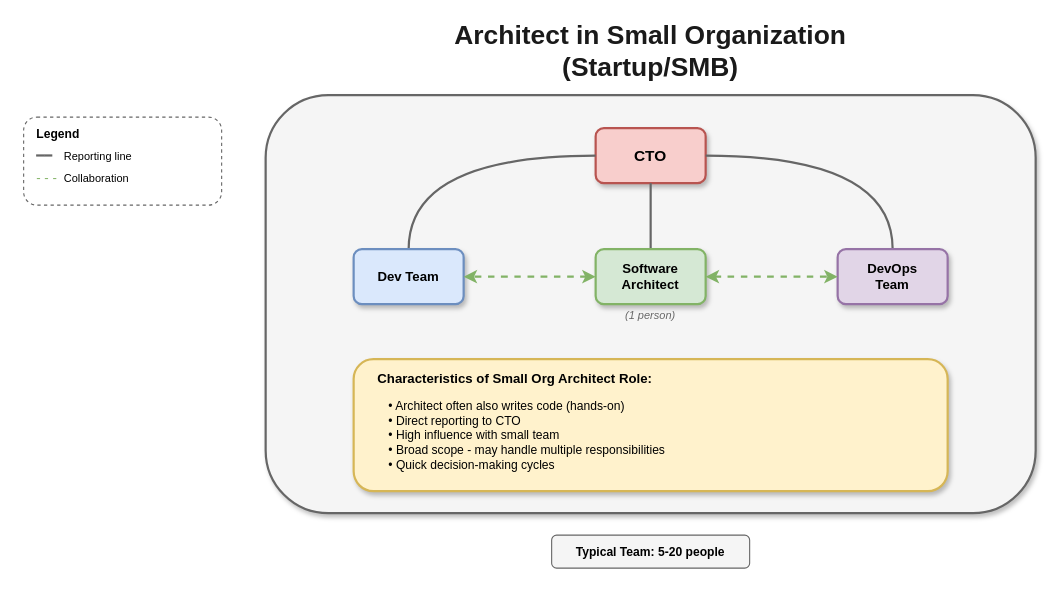
MrParkerZ7/document-lesson-software-architect-x-claude keeps this draw.io diagram as lesson-00-software-architect-overview/02-organizational-positioning/2.1-org-structure-small.drawio. Above is the earlier version. Source tidied: cells renumbered, new cells numbered last; positions are measured from the earlier drawing's top-left corner, leaving out a move shared by most shapes. Both pictures are drawn from the tidied source at 110%, with x=0, y=0 at pixel (23, 29).
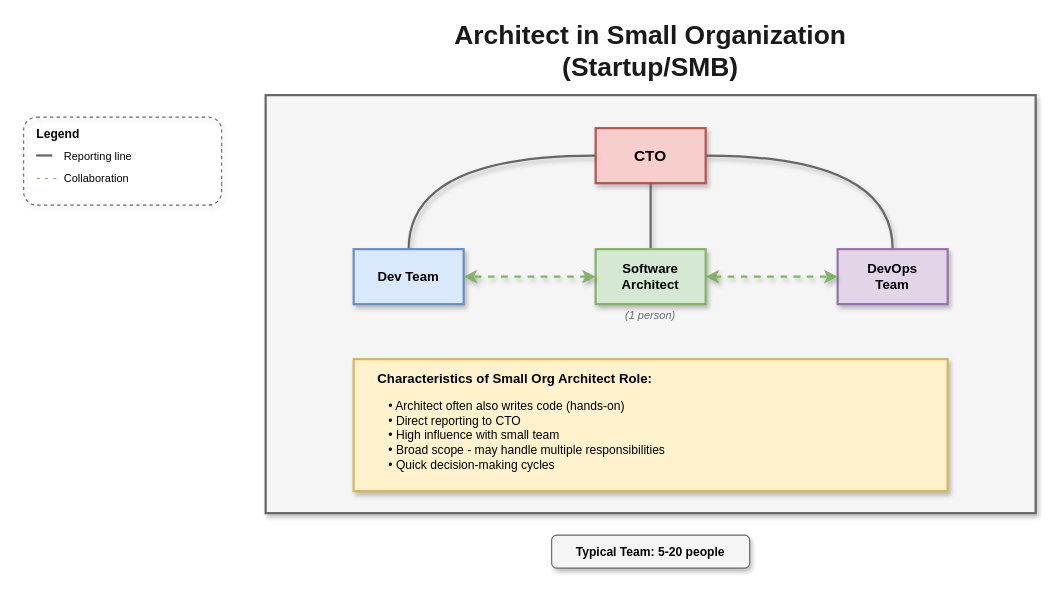
The same page after the edit.

The edit, as a diff of the source:
```diff
@@
-    <mxCell id="3" style="rounded=1;whiteSpace=wrap;html=1;fillColor=#f5f5f5;strokeColor=#666666;strokeWidth=2;shadow=1;" parent="1" vertex="1">
+    <mxCell id="3" style="rounded=0;whiteSpace=wrap;html=1;fillColor=#f5f5f5;strokeColor=#666666;strokeWidth=2;shadow=1;" parent="1" vertex="1">
       <mxGeometry x="220" y="60" width="700" height="380" as="geometry" />
     </mxCell>
-    <mxCell id="4" value="CTO" style="rounded=1;whiteSpace=wrap;html=1;fillColor=#f8cecc;strokeColor=#b85450;fontSize=14;fontStyle=1;shadow=1;strokeWidth=2;" parent="1" vertex="1">
+    <mxCell id="4" value="CTO" style="rounded=0;whiteSpace=wrap;html=1;fillColor=#f8cecc;strokeColor=#b85450;fontSize=14;fontStyle=1;shadow=1;strokeWidth=2;" parent="1" vertex="1">
       <mxGeometry x="520" y="90" width="100" height="50" as="geometry" />
     </mxCell>
-    <mxCell id="5" style="edgeStyle=orthogonalEdgeStyle;curved=1;rounded=1;html=1;strokeColor=#666666;strokeWidth=2;endArrow=none;jumpStyle=arc;jumpSize=10;" parent="1" edge="1" source="4" target="8">
+    <mxCell id="5" style="edgeStyle=orthogonalEdgeStyle;curved=1;rounded=0;html=1;strokeColor=#666666;strokeWidth=2;endArrow=none;jumpStyle=arc;jumpSize=10;shadow=1;flowAnimation=1;" parent="1" edge="1" source="4" target="8">
       <mxGeometry relative="1" as="geometry" />
     </mxCell>
-    <mxCell id="6" style="edgeStyle=orthogonalEdgeStyle;curved=1;rounded=1;html=1;strokeColor=#666666;strokeWidth=2;endArrow=none;jumpStyle=arc;jumpSize=10;" parent="1" edge="1" source="4" target="9">
+    <mxCell id="6" style="edgeStyle=orthogonalEdgeStyle;curved=1;rounded=0;html=1;strokeColor=#666666;strokeWidth=2;endArrow=none;jumpStyle=arc;jumpSize=10;shadow=1;flowAnimation=1;" parent="1" edge="1" source="4" target="9">
       <mxGeometry relative="1" as="geometry" />
     </mxCell>
-    <mxCell id="7" style="edgeStyle=orthogonalEdgeStyle;curved=1;rounded=1;html=1;strokeColor=#666666;strokeWidth=2;endArrow=none;jumpStyle=arc;jumpSize=10;" parent="1" edge="1" source="4" target="10">
+    <mxCell id="7" style="edgeStyle=orthogonalEdgeStyle;curved=1;rounded=0;html=1;strokeColor=#666666;strokeWidth=2;endArrow=none;jumpStyle=arc;jumpSize=10;shadow=1;flowAnimation=1;" parent="1" edge="1" source="4" target="10">
       <mxGeometry relative="1" as="geometry" />
     </mxCell>
-    <mxCell id="8" value="Dev Team" style="rounded=1;whiteSpace=wrap;html=1;fillColor=#dae8fc;strokeColor=#6c8ebf;fontSize=12;fontStyle=1;shadow=1;strokeWidth=2;" parent="1" vertex="1">
+    <mxCell id="8" value="Dev Team" style="rounded=0;whiteSpace=wrap;html=1;fillColor=#dae8fc;strokeColor=#6c8ebf;fontSize=12;fontStyle=1;shadow=1;strokeWidth=2;" parent="1" vertex="1">
       <mxGeometry x="300" y="200" width="100" height="50" as="geometry" />
     </mxCell>
-    <mxCell id="9" value="Software&#10;Architect" style="rounded=1;whiteSpace=wrap;html=1;fillColor=#d5e8d4;strokeColor=#82b366;fontSize=12;fontStyle=1;shadow=1;strokeWidth=2;" parent="1" vertex="1">
+    <mxCell id="9" value="Software&#10;Architect" style="rounded=0;whiteSpace=wrap;html=1;fillColor=#d5e8d4;strokeColor=#82b366;fontSize=12;fontStyle=1;shadow=1;strokeWidth=2;" parent="1" vertex="1">
       <mxGeometry x="520" y="200" width="100" height="50" as="geometry" />
     </mxCell>
-    <mxCell id="10" value="DevOps&#10;Team" style="rounded=1;whiteSpace=wrap;html=1;fillColor=#e1d5e7;strokeColor=#9673a6;fontSize=12;fontStyle=1;shadow=1;strokeWidth=2;" parent="1" vertex="1">
+    <mxCell id="10" value="DevOps&#10;Team" style="rounded=0;whiteSpace=wrap;html=1;fillColor=#e1d5e7;strokeColor=#9673a6;fontSize=12;fontStyle=1;shadow=1;strokeWidth=2;" parent="1" vertex="1">
       <mxGeometry x="740" y="200" width="100" height="50" as="geometry" />
     </mxCell>
-    <mxCell id="11" style="edgeStyle=orthogonalEdgeStyle;curved=1;rounded=1;html=1;strokeColor=#82b366;strokeWidth=2;dashed=1;endArrow=classic;endFill=1;startArrow=classic;startFill=1;jumpStyle=arc;jumpSize=10;" parent="1" edge="1" source="9" target="8">
+    <mxCell id="11" style="edgeStyle=orthogonalEdgeStyle;curved=1;rounded=0;html=1;strokeColor=#82b366;strokeWidth=2;dashed=1;endArrow=classic;endFill=1;startArrow=classic;startFill=1;jumpStyle=arc;jumpSize=10;shadow=1;flowAnimation=1;" parent="1" edge="1" source="9" target="8">
       <mxGeometry relative="1" as="geometry" />
     </mxCell>
-    <mxCell id="12" style="edgeStyle=orthogonalEdgeStyle;curved=1;rounded=1;html=1;strokeColor=#82b366;strokeWidth=2;dashed=1;endArrow=classic;endFill=1;startArrow=classic;startFill=1;jumpStyle=arc;jumpSize=10;" parent="1" edge="1" source="9" target="10">
+    <mxCell id="12" style="edgeStyle=orthogonalEdgeStyle;curved=1;rounded=0;html=1;strokeColor=#82b366;strokeWidth=2;dashed=1;endArrow=classic;endFill=1;startArrow=classic;startFill=1;jumpStyle=arc;jumpSize=10;shadow=1;flowAnimation=1;" parent="1" edge="1" source="9" target="10">
       <mxGeometry relative="1" as="geometry" />
     </mxCell>
@@
-    <mxCell id="14" style="rounded=1;whiteSpace=wrap;html=1;fillColor=#fff2cc;strokeColor=#d6b656;strokeWidth=2;shadow=1;" parent="1" vertex="1">
+    <mxCell id="14" style="rounded=0;whiteSpace=wrap;html=1;fillColor=#fff2cc;strokeColor=#d6b656;strokeWidth=2;shadow=1;" parent="1" vertex="1">
       <mxGeometry x="300" y="300" width="540" height="120" as="geometry" />
     </mxCell>
@@
-    <mxCell id="17" value="Typical Team: 5-20 people" style="text;html=1;strokeColor=#666666;fillColor=#f5f5f5;align=center;verticalAlign=middle;whiteSpace=wrap;rounded=1;fontSize=11;fontStyle=1;" parent="1" vertex="1">
+    <mxCell id="17" value="Typical Team: 5-20 people" style="text;html=1;strokeColor=#666666;fillColor=#f5f5f5;align=center;verticalAlign=middle;whiteSpace=wrap;rounded=1;fontSize=11;fontStyle=1;shadow=1;" parent="1" vertex="1">
       <mxGeometry x="480" y="460" width="180" height="30" as="geometry" />
     </mxCell>
-    <mxCell id="18" style="rounded=1;whiteSpace=wrap;html=1;fillColor=none;strokeColor=#666666;strokeWidth=1;dashed=1;" parent="1" vertex="1">
+    <mxCell id="18" style="rounded=1;whiteSpace=wrap;html=1;fillColor=none;strokeColor=#666666;strokeWidth=1;dashed=1;shadow=1;" parent="1" vertex="1">
       <mxGeometry y="80" width="180" height="80" as="geometry" />
     </mxCell>
```
